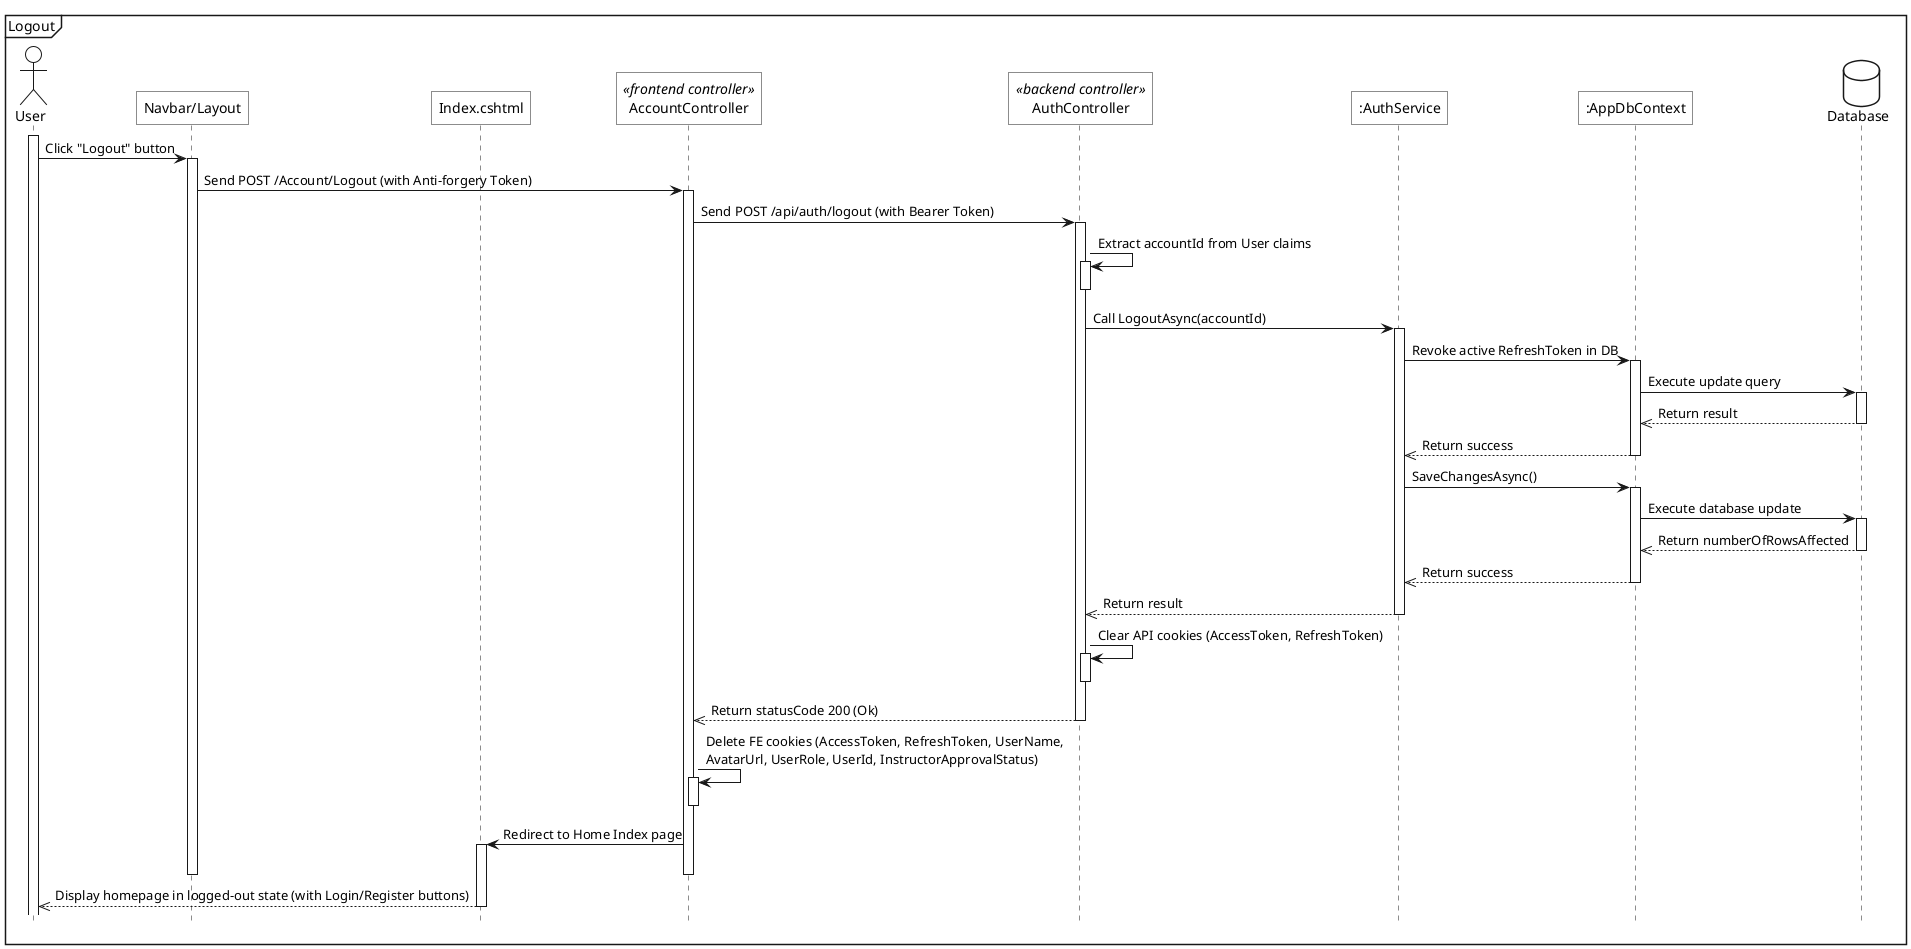
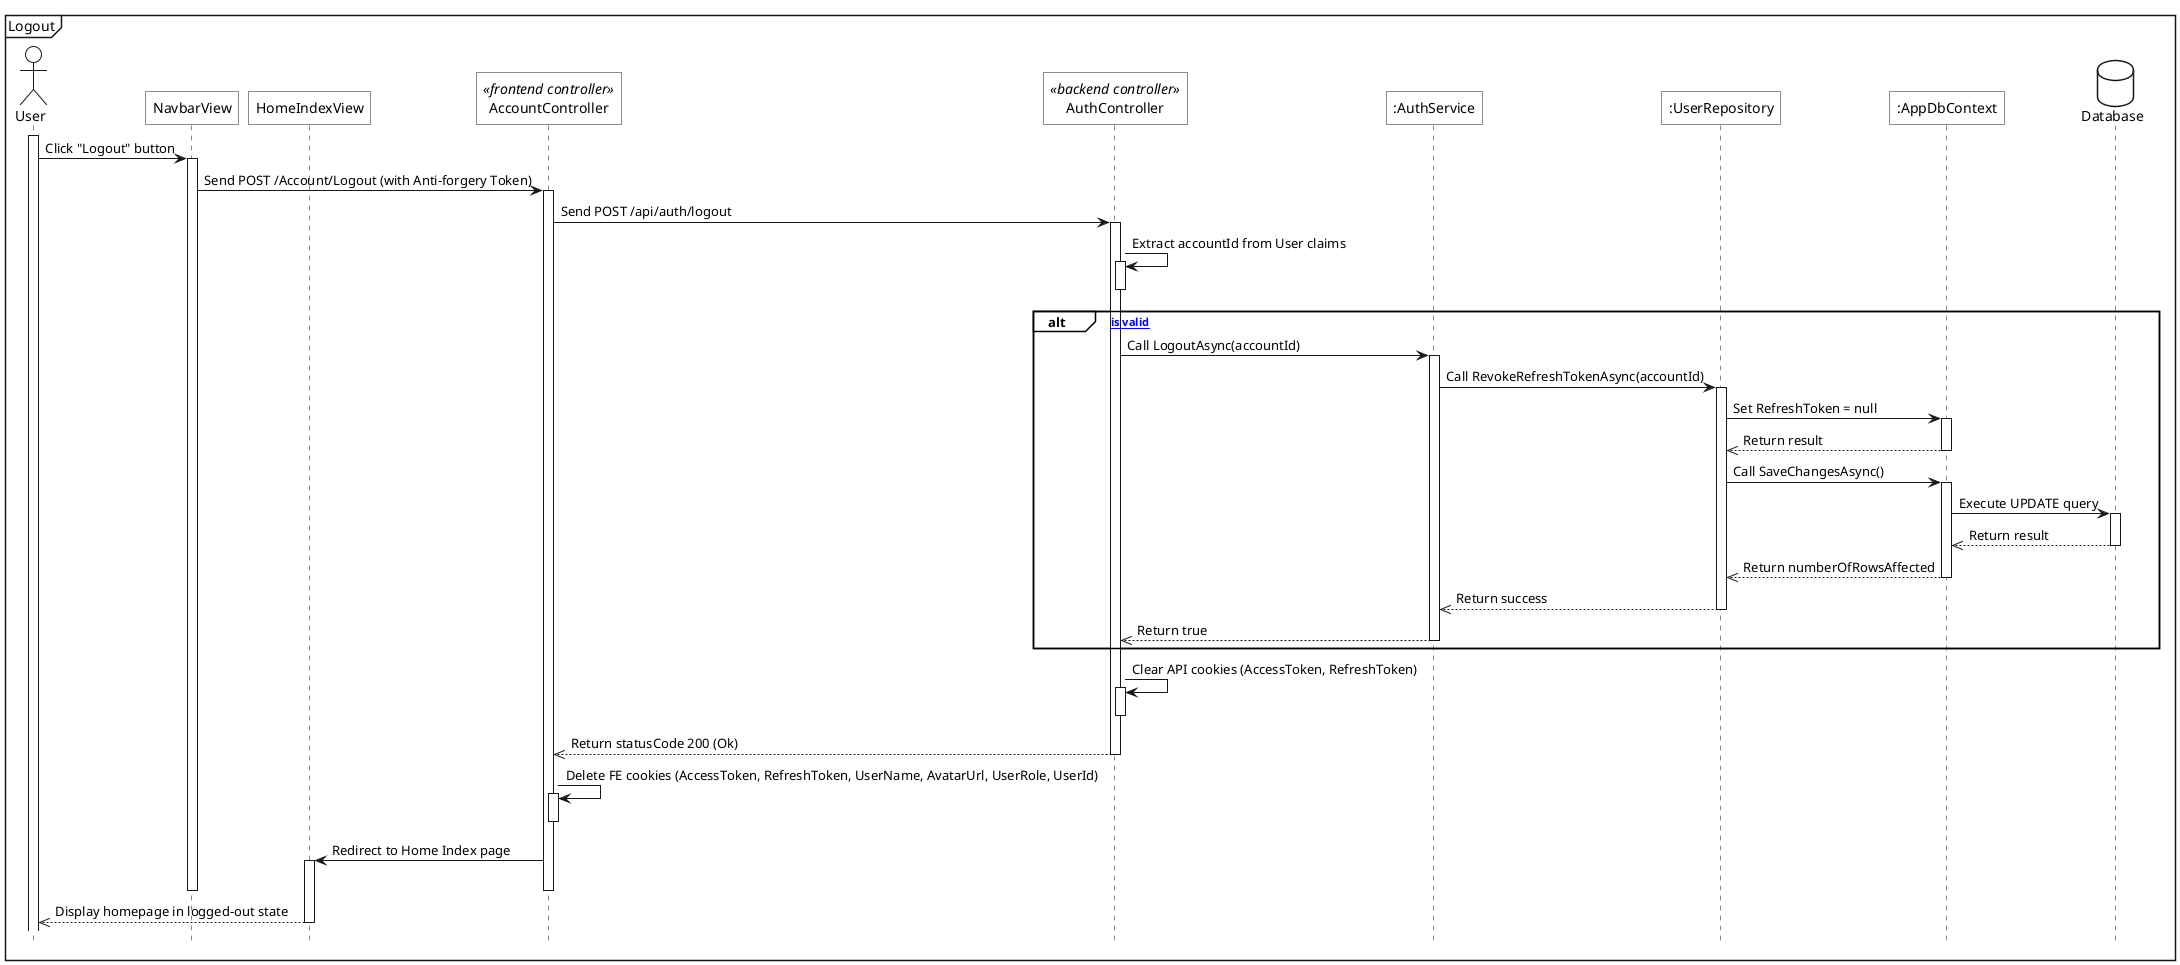
@startuml
<style>
    sequenceDiagram{
        actor{
            BackgroundColor white
            LineThickness 1.0
        }
        participant{
            BackgroundColor white
            RoundCorner 0
        }
        database{
            BackgroundColor white
        }
        groupHeader{
            BackgroundColor white
        }
        referenceHeader{
            BackgroundColor white
        }
        reference{
            BackgroundColor white
        }
    }
</style>

hide footbox

mainframe Logout
actor User as act

- participant "Navbar/Layout" as view
- participant "Index.cshtml" as home_view
+ participant "NavbarView" as view
+ participant "HomeIndexView" as home_view
participant "AccountController" as fe_ctrl <<frontend controller>>
participant "AuthController" as be_ctrl <<backend controller>>
participant ":AuthService" as sv
+ participant ":UserRepository" as u_repo
participant ":AppDbContext" as ctx
database Database as db

act++
act->view++: Click "Logout" button
view->fe_ctrl++: Send POST /Account/Logout (with Anti-forgery Token)

- fe_ctrl->be_ctrl++: Send POST /api/auth/logout (with Bearer Token)
+ fe_ctrl->be_ctrl++: Send POST /api/auth/logout

be_ctrl->be_ctrl++: Extract accountId from User claims
be_ctrl--

- be_ctrl->sv++: Call LogoutAsync(accountId)
- sv->ctx++: Revoke active RefreshToken in DB
- ctx->db++: Execute update query
- db-->>ctx--: Return result
- ctx-->>sv--: Return success
+ alt [accountId is valid]
+     be_ctrl->sv++: Call LogoutAsync(accountId)
+     sv->u_repo++: Call RevokeRefreshTokenAsync(accountId)
+     u_repo->ctx++: Set RefreshToken = null
+     ctx-->>u_repo--: Return result

- sv->ctx++: SaveChangesAsync()
- ctx->db++: Execute database update
- db-->>ctx--: Return numberOfRowsAffected
- ctx-->>sv--: Return success
- sv-->>be_ctrl--: Return result
+     u_repo->ctx++: Call SaveChangesAsync()
+     ctx->db++: Execute UPDATE query
+     db-->>ctx--: Return result
+     ctx-->>u_repo--: Return numberOfRowsAffected
+ 
+     u_repo-->>sv--: Return success
+     sv-->>be_ctrl--: Return true
+ end

be_ctrl->be_ctrl++: Clear API cookies (AccessToken, RefreshToken)
be_ctrl--
+ 
be_ctrl-->>fe_ctrl--: Return statusCode 200 (Ok)

- fe_ctrl->fe_ctrl++: Delete FE cookies (AccessToken, RefreshToken, UserName,\nAvatarUrl, UserRole, UserId, InstructorApprovalStatus)
+ fe_ctrl->fe_ctrl++: Delete FE cookies (AccessToken, RefreshToken, UserName, AvatarUrl, UserRole, UserId)
fe_ctrl--

fe_ctrl -> home_view++: Redirect to Home Index page
deactivate fe_ctrl
deactivate view
- home_view -->> act--: Display homepage in logged-out state (with Login/Register buttons)
+ home_view -->> act--: Display homepage in logged-out state
@enduml
